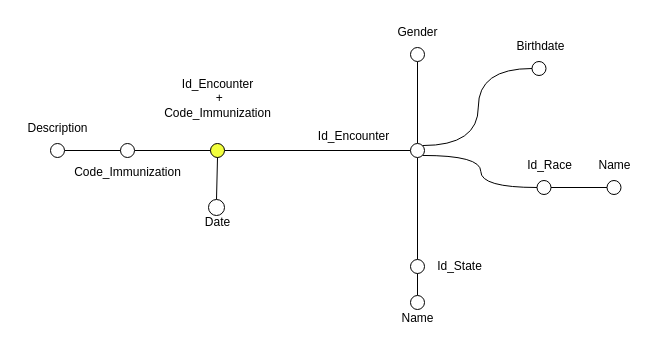
The draw.io diagram Alberi_Elaborated/Administer.drawio in MircoPerna99/BigDataManagement_Team, before the edit. Source tidied: cells renumbered, new cells numbered last; positions are measured from the earlier drawing's top-left corner, leaving out a move shared by most shapes. Both pictures are drawn from the tidied source at 100%, with x=0, y=0 at pixel (17, 17).
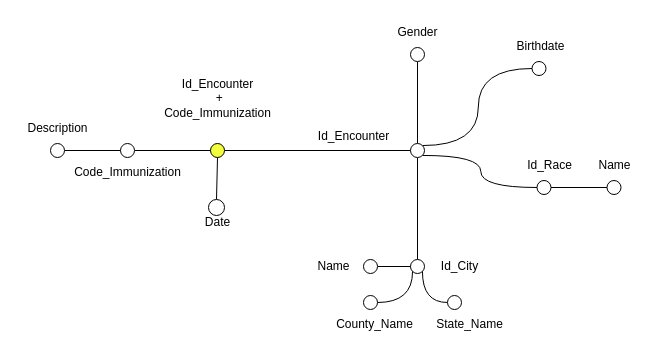
The same page after the edit.

The change refers to these unchanged cells:
```xml
<mxCell id="20" style="ellipse;whiteSpace=wrap;html=1;fillColor=#FFFFFF;" parent="1" vertex="1">
  <mxGeometry x="393" y="242" width="14" height="14" as="geometry" />
</mxCell>
```

Diff of the diagram source:
```diff
@@
-    <mxCell id="21" style="edgeStyle=orthogonalEdgeStyle;rounded=0;jettySize=auto;html=1;entryX=0.5;entryY=1;entryDx=0;entryDy=0;endArrow=none;startFill=0;" parent="1" edge="1" source="22" target="20">
-      <mxGeometry relative="1" as="geometry" />
-    </mxCell>
-    <mxCell id="22" style="ellipse;whiteSpace=wrap;html=1;fillColor=#FFFFFF;" parent="1" vertex="1">
-      <mxGeometry x="393" y="278" width="14" height="14" as="geometry" />
-    </mxCell>
     <mxCell id="23" value="Name" style="text;html=1;align=center;verticalAlign=middle;strokeColor=none;fillColor=none;" parent="1" vertex="1">
-      <mxGeometry x="370" y="286" width="60" height="30" as="geometry" />
+      <mxGeometry x="286" y="234" width="60" height="30" as="geometry" />
     </mxCell>
-    <mxCell id="24" value="Id_State" style="text;html=1;align=center;verticalAlign=middle;strokeColor=none;fillColor=none;" parent="1" vertex="1">
-      <mxGeometry x="407" y="234" width="70" height="30" as="geometry" />
-    </mxCell>
+    <mxCell id="34" value="Id_City" style="text;html=1;align=center;verticalAlign=middle;strokeColor=none;fillColor=none;" parent="1" vertex="1">
+      <mxGeometry x="412" y="234" width="60" height="30" as="geometry" />
+    </mxCell>
@@
+    <mxCell id="35" style="edgeStyle=orthogonalEdgeStyle;rounded=0;jettySize=auto;html=1;exitX=0;exitY=0.5;exitDx=0;exitDy=0;entryX=1;entryY=1;entryDx=0;entryDy=0;endArrow=none;startFill=0;curved=1;" parent="1" edge="1" source="36" target="20">
+      <mxGeometry relative="1" as="geometry" />
+    </mxCell>
+    <mxCell id="36" style="ellipse;whiteSpace=wrap;html=1;fillColor=#FFFFFF;" parent="1" vertex="1">
+      <mxGeometry x="430" y="278" width="14" height="14" as="geometry" />
+    </mxCell>
+    <mxCell id="37" style="edgeStyle=orthogonalEdgeStyle;rounded=0;jettySize=auto;html=1;exitX=1;exitY=0.5;exitDx=0;exitDy=0;entryX=0;entryY=1;entryDx=0;entryDy=0;endArrow=none;startFill=0;curved=1;" parent="1" edge="1" source="38" target="20">
+      <mxGeometry relative="1" as="geometry" />
+    </mxCell>
+    <mxCell id="38" style="ellipse;whiteSpace=wrap;html=1;fillColor=#FFFFFF;" parent="1" vertex="1">
+      <mxGeometry x="346" y="278" width="14" height="14" as="geometry" />
+    </mxCell>
+    <mxCell id="39" style="edgeStyle=orthogonalEdgeStyle;rounded=0;jettySize=auto;html=1;exitX=1;exitY=0.5;exitDx=0;exitDy=0;entryX=0;entryY=0.5;entryDx=0;entryDy=0;endArrow=none;startFill=0;" parent="1" edge="1" source="40" target="20">
+      <mxGeometry relative="1" as="geometry" />
+    </mxCell>
+    <mxCell id="40" style="ellipse;whiteSpace=wrap;html=1;fillColor=#FFFFFF;" parent="1" vertex="1">
+      <mxGeometry x="346" y="242" width="14" height="14" as="geometry" />
+    </mxCell>
+    <mxCell id="41" value="County_Name" style="text;html=1;align=center;verticalAlign=middle;strokeColor=none;fillColor=none;" parent="1" vertex="1">
+      <mxGeometry x="307" y="292" width="100" height="30" as="geometry" />
+    </mxCell>
+    <mxCell id="42" value="State_Name" style="text;html=1;align=center;verticalAlign=middle;strokeColor=none;fillColor=none;" parent="1" vertex="1">
+      <mxGeometry x="407" y="292" width="90" height="30" as="geometry" />
+    </mxCell>
```
